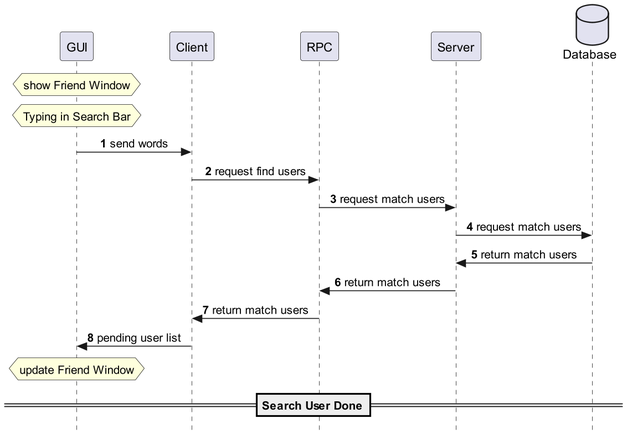
jack41402/Networking-Final keeps this PlantUML diagram as Docs/Flow Chart/friend search.png. Above is the earlier version. The source it was exported from:
```plantuml
@startuml
skinparam sequenceMessageAlign center
skinparam responseMessageBelowArrow false
skinparam style strictuml
hide unlinked
!pragma teoz true
autonumber

database "Database" as sql order 4
participant "Server" as server order 3
participant "RPC" as rpc order 2
participant "Client" as client order 1
participant "GUI" as gui order 0

hnote over gui: show Friend Window
hnote over gui: Typing in Search Bar
gui -> client: send words
client -> rpc: request find users
rpc -> server: request match users
server -> sql: request match users
server <- sql: return match users
rpc <- server: return match users
client <- rpc: return match users
gui <- client: pending user list
hnote over gui: update Friend Window
==Search User Done==
@enduml
```
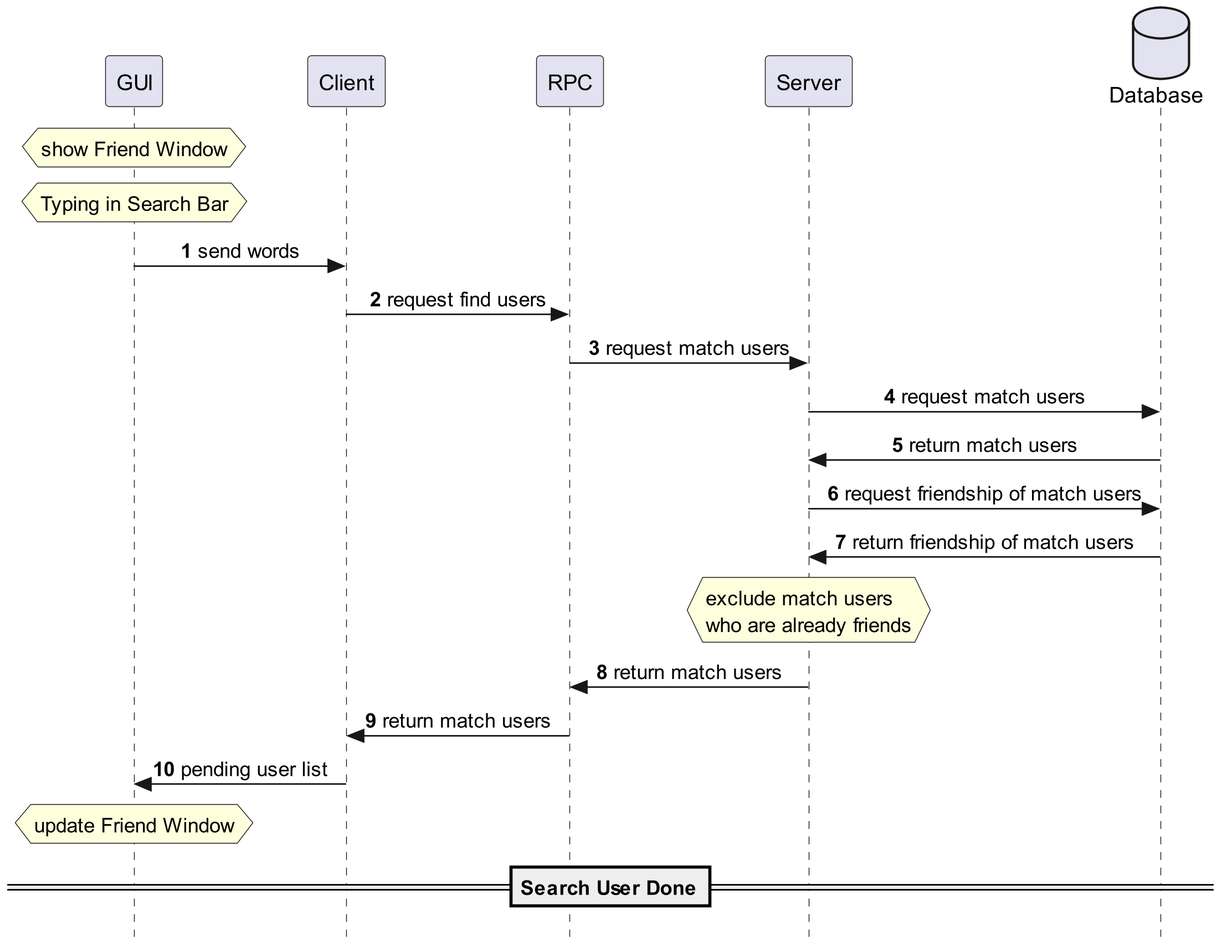
Later version of the same file.

Change to the diagram source:
```diff
@@ -19,6 +19,9 @@
 rpc -> server: request match users
 server -> sql: request match users
 server <- sql: return match users
+server -> sql: request friendship of match users
+server <- sql: return friendship of match users
+hnote over server: exclude match users\nwho are already friends
 rpc <- server: return match users
 client <- rpc: return match users
 gui <- client: pending user list
```
